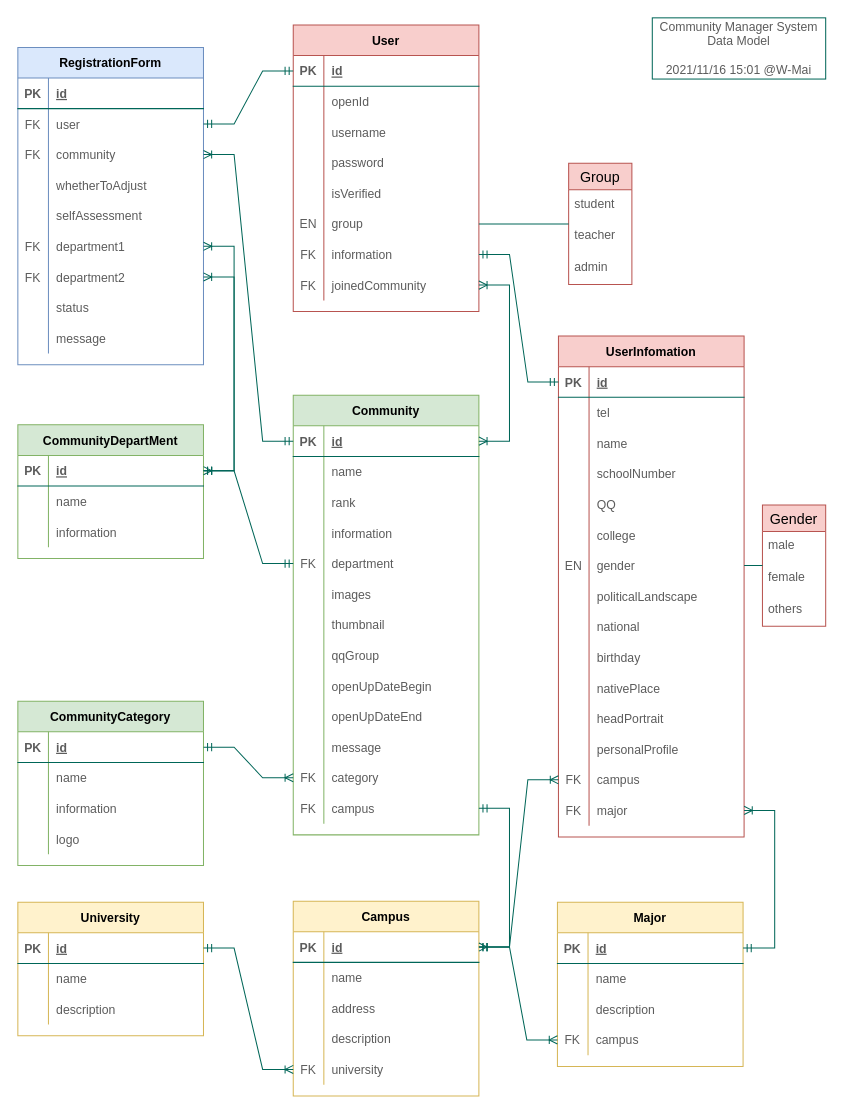
Before: server/dbmodel.drawio in W-Mai/CommunityServicePlatform, a draw.io diagram. Source tidied: cells renumbered, new cells numbered last; positions are measured from the earlier drawing's top-left corner, leaving out a move shared by most shapes. Both pictures are drawn from the tidied source at 102%, with x=0, y=0 at pixel (17, 17).
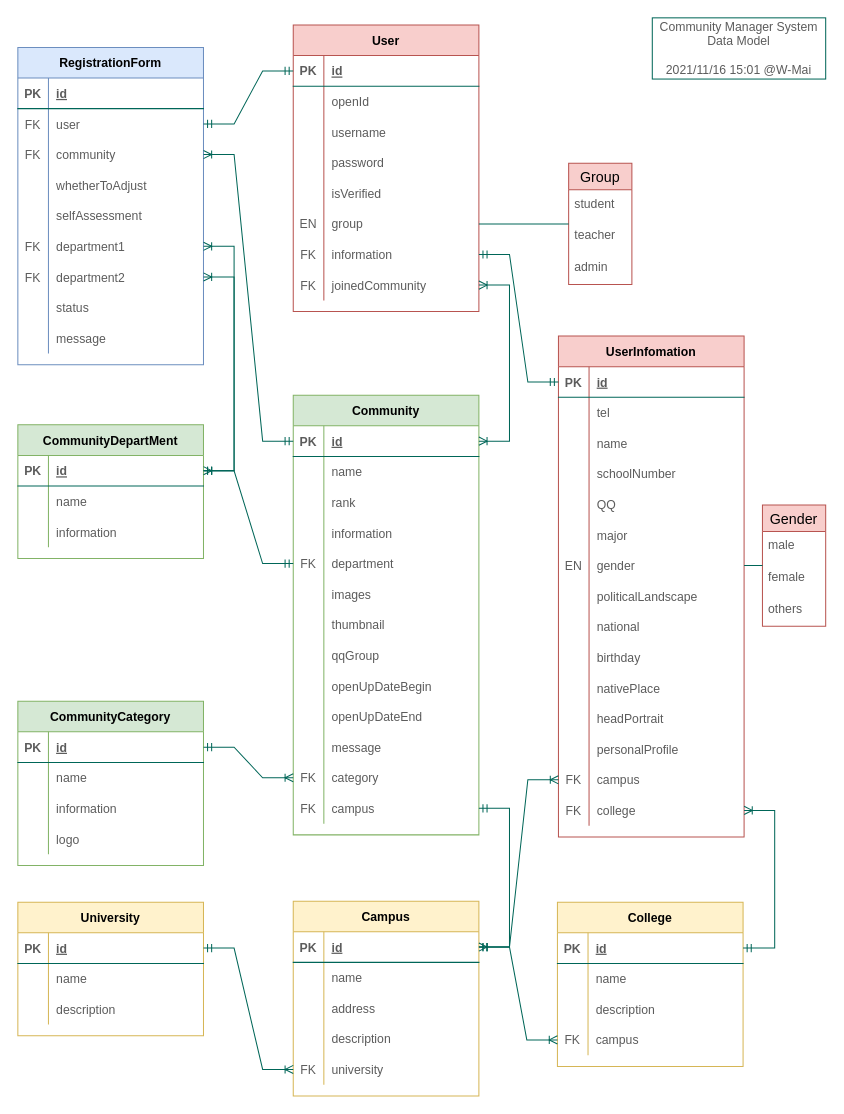
After the change.

Unchanged cells that the change refers to:
```xml
<mxCell id="43" style="shape=partialRectangle;fillColor=none;top=0;left=0;bottom=0;right=0;strokeColor=#006658;fontColor=#5C5C5C;" parent="27" vertex="1">
  <mxGeometry y="180" width="182" height="30" as="geometry" />
</mxCell>
<mxCell id="70" style="shape=partialRectangle;fillColor=none;top=0;left=0;bottom=0;right=0;points=[[0,0.5],[1,0.5]];portConstraint=eastwest;strokeColor=#006658;fontColor=#5C5C5C;" parent="27" vertex="1">
  <mxGeometry y="450" width="182" height="30" as="geometry" />
</mxCell>
```

Diff of the diagram source:
```diff
@@
-    <mxCell id="45" value="college" style="shape=partialRectangle;fillColor=none;top=0;left=0;bottom=0;right=0;align=left;spacingLeft=6;overflow=hidden;strokeColor=#006658;fontColor=#5C5C5C;" parent="43" vertex="1">
+    <mxCell id="45" value="major" style="shape=partialRectangle;fillColor=none;top=0;left=0;bottom=0;right=0;align=left;spacingLeft=6;overflow=hidden;strokeColor=#006658;fontColor=#5C5C5C;" parent="43" vertex="1">
       <mxGeometry x="30" width="152" height="30" as="geometry" />
     </mxCell>
@@
-    <mxCell id="72" value="major" style="shape=partialRectangle;fillColor=none;top=0;left=0;bottom=0;right=0;align=left;spacingLeft=6;overflow=hidden;strokeColor=#006658;fontColor=#5C5C5C;" parent="70" vertex="1">
+    <mxCell id="72" value="college" style="shape=partialRectangle;fillColor=none;top=0;left=0;bottom=0;right=0;align=left;spacingLeft=6;overflow=hidden;strokeColor=#006658;fontColor=#5C5C5C;" parent="70" vertex="1">
       <mxGeometry x="30" width="152" height="30" as="geometry" />
     </mxCell>
@@
-    <mxCell id="100" value="Major" style="shape=table;startSize=30;childLayout=tableLayout;rowLines=0;fontStyle=1;align=center;fillColor=#fff2cc;strokeColor=#d6b656;" parent="1" vertex="1">
+    <mxCell id="100" value="College" style="shape=table;startSize=30;childLayout=tableLayout;rowLines=0;fontStyle=1;align=center;fillColor=#fff2cc;strokeColor=#d6b656;" parent="1" vertex="1">
       <mxGeometry x="529" y="867" width="182" height="161" as="geometry" />
     </mxCell>
```
